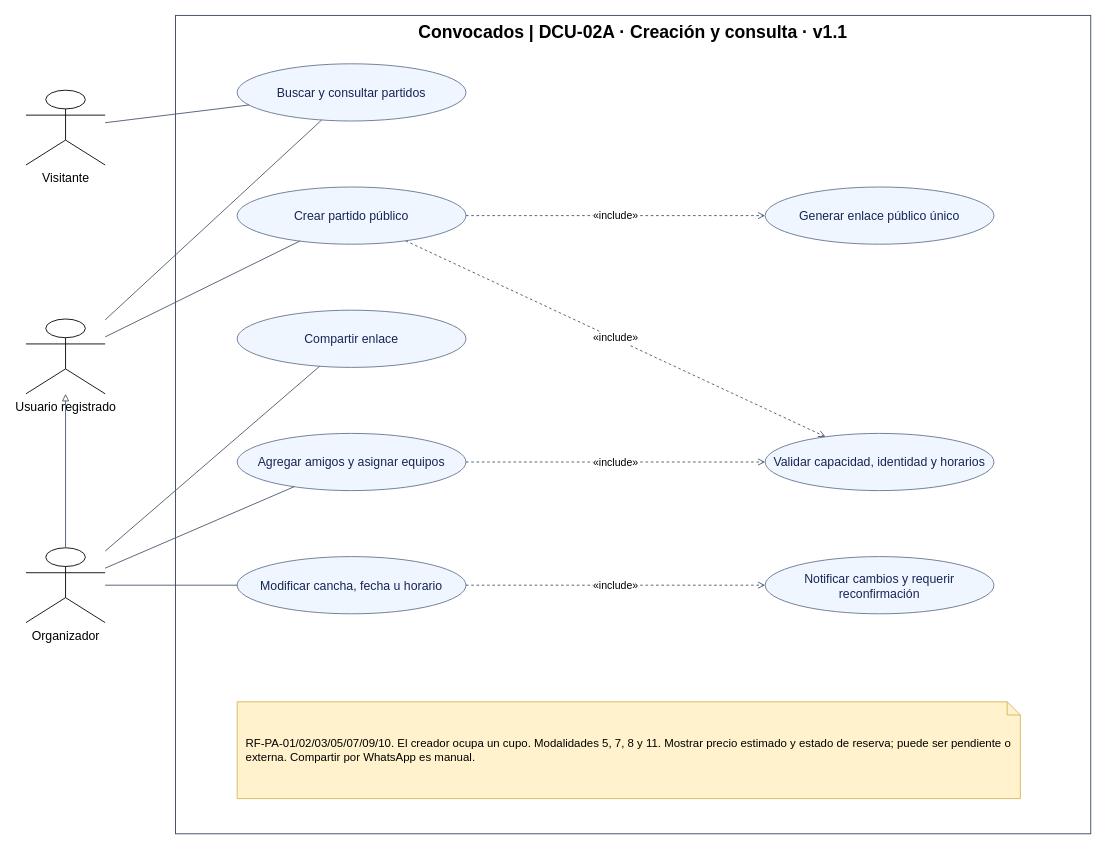
Earlier version of the draw.io diagram page "DCU-02A · Creación y consulta" (1 of 3) of docs/02-diseno-funcional/casos-de-uso-partidos.drawio (alejovidela13/convocados). Source tidied: cells renumbered, new cells numbered last; positions are measured from the earlier drawing's top-left corner, leaving out a move shared by most shapes. Both pictures are drawn from the tidied source at 88%, with x=0, y=0 at pixel (26, 15).
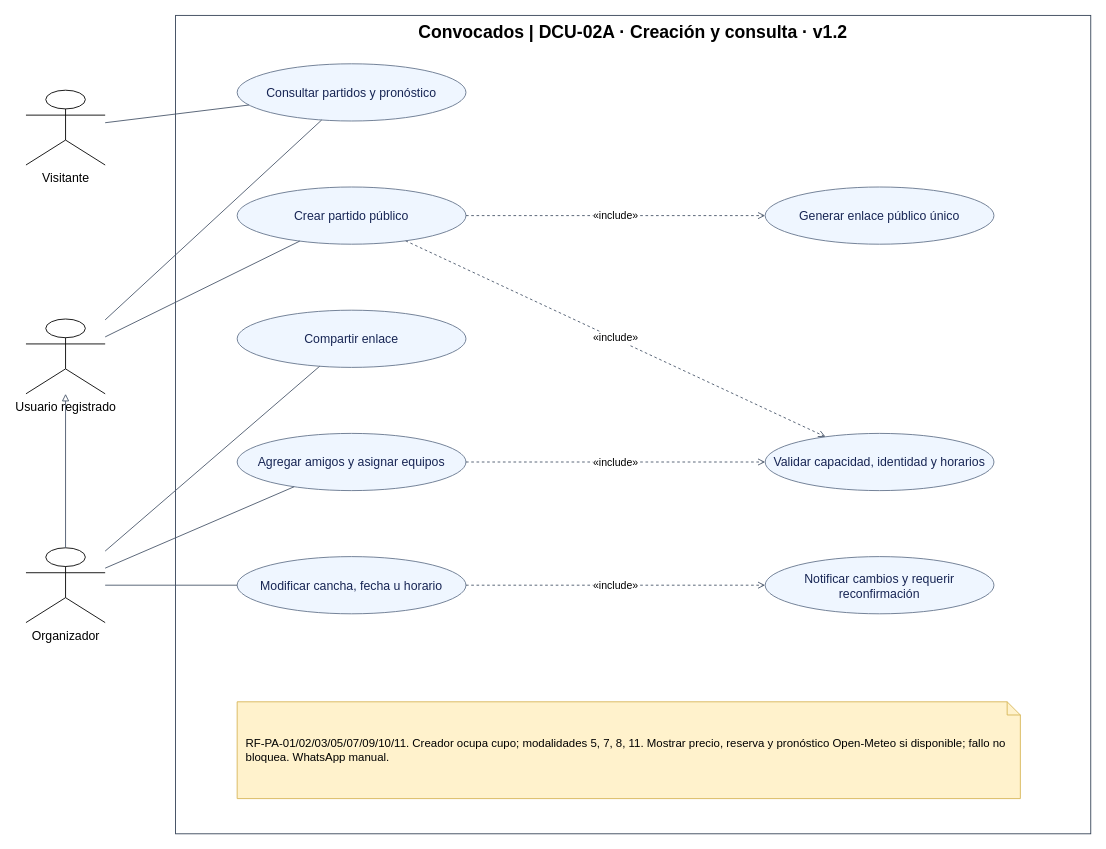
Above is the later version.

Change to the diagram source:
```diff
@@
-    <mxCell id="2" value="Convocados | DCU-02A · Creación y consulta · v1.1" style="rounded=0;whiteSpace=wrap;html=1;verticalAlign=top;align=center;fontStyle=1;fontSize=20;fillColor=none;strokeColor=#334155;" parent="1" vertex="1">
+    <mxCell id="2" value="Convocados | DCU-02A · Creación y consulta · v1.2" style="rounded=0;whiteSpace=wrap;html=1;verticalAlign=top;align=center;fontStyle=1;fontSize=20;fillColor=none;strokeColor=#334155;" parent="1" vertex="1">
       <mxGeometry x="170" width="1040" height="930" as="geometry" />
     </mxCell>
@@
-    <mxCell id="6" value="Buscar y consultar partidos" style="ellipse;whiteSpace=wrap;html=1;fillColor=#eff6ff;strokeColor=#64748b;fontColor=#172554;fontSize=14;" parent="1" vertex="1">
+    <mxCell id="6" value="Consultar partidos y pronóstico" style="ellipse;whiteSpace=wrap;html=1;fillColor=#eff6ff;strokeColor=#64748b;fontColor=#172554;fontSize=14;" parent="1" vertex="1">
       <mxGeometry x="240" y="55" width="260" height="65" as="geometry" />
     </mxCell>
@@
-    <mxCell id="25" value="RF-PA-01/02/03/05/07/09/10. El creador ocupa un cupo. Modalidades 5, 7, 8 y 11. Mostrar precio estimado y estado de reserva; puede ser pendiente o externa. Compartir por WhatsApp es manual." style="shape=note;whiteSpace=wrap;html=1;size=15;fillColor=#fff2cc;strokeColor=#d6b656;fontSize=13;align=left;spacing=10;" parent="1" vertex="1">
+    <mxCell id="25" value="RF-PA-01/02/03/05/07/09/10/11. Creador ocupa cupo; modalidades 5, 7, 8, 11. Mostrar precio, reserva y pronóstico Open-Meteo si disponible; fallo no bloquea. WhatsApp manual." style="shape=note;whiteSpace=wrap;html=1;size=15;fillColor=#fff2cc;strokeColor=#d6b656;fontSize=13;align=left;spacing=10;" parent="1" vertex="1">
       <mxGeometry x="240" y="780" width="890" height="110" as="geometry" />
     </mxCell>
```
